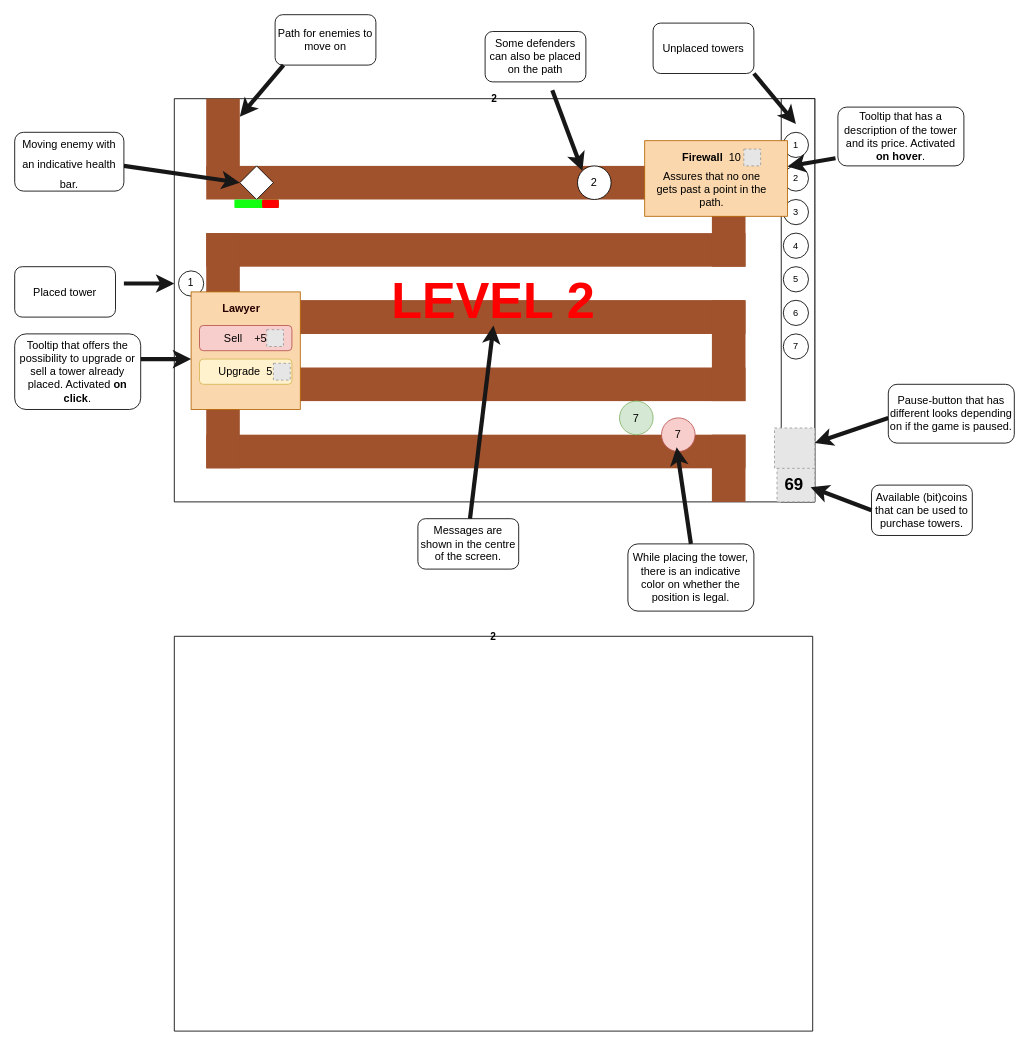
olliglorioso/datasets keeps this draw.io diagram as TowerDefenseGP.drawio. Above is the earlier version. Source tidied: cells renumbered, new cells numbered last; positions are measured from the earlier drawing's top-left corner, leaving out a move shared by most shapes. Both pictures are drawn from the tidied source at 84%, with x=0, y=0 at pixel (14, 14). Pictures stored in the file or linked from it are replaced by grey dashed boxes.
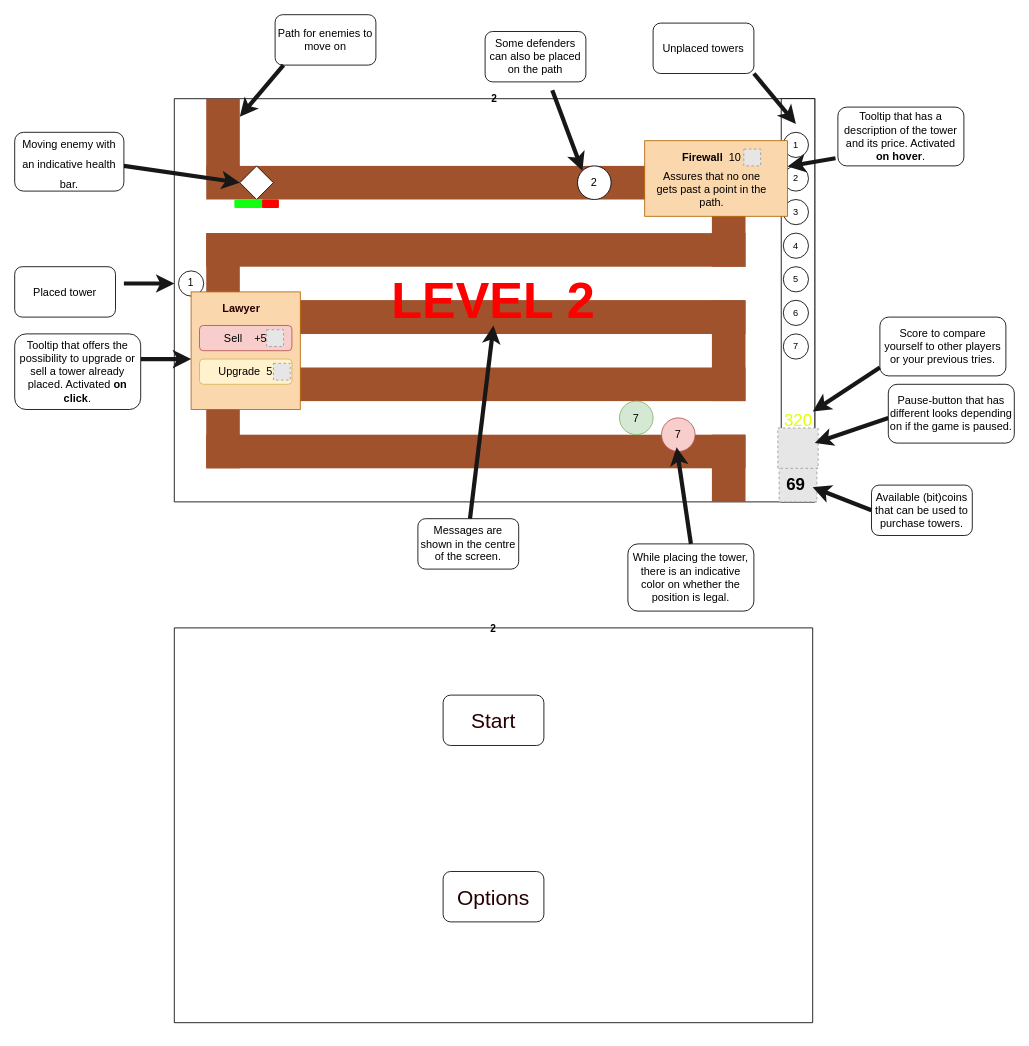
The same diagram, later.

Unchanged cells that the change refers to:
```xml
<mxCell id="2" value="2" style="swimlane;startSize=0;fillColor=#009900;strokeColor=#000000;" parent="1" vertex="1">
  <mxGeometry x="190" y="100" width="762.5" height="480" as="geometry" />
</mxCell>
```

What changed in the source:
```diff
@@
     <mxCell id="23" style="fillColor=#E6E6E6;strokeColor=#999999;dashed=1;verticalLabelPosition=bottom;labelBackgroundColor=default;verticalAlign=top;" parent="2" vertex="1">
-      <mxGeometry x="717.5" y="435" width="45" height="45" as="geometry" />
+      <mxGeometry x="720" y="435" width="45" height="45" as="geometry" />
     </mxCell>
     <mxCell id="24" value="&lt;font style=&quot;font-size: 20px;&quot;&gt;&lt;b style=&quot;font-size: 20px;&quot;&gt;69&lt;/b&gt;&lt;/font&gt;" style="text;strokeColor=none;align=center;fillColor=none;html=1;verticalAlign=middle;whiteSpace=wrap;rounded=0;fontSize=20;labelBackgroundColor=none;" parent="2" vertex="1">
-      <mxGeometry x="717.5" y="447.5" width="40" height="20" as="geometry" />
+      <mxGeometry x="720" y="447.5" width="40" height="20" as="geometry" />
     </mxCell>
@@
     <mxCell id="51" style="fillColor=#E6E6E6;strokeColor=#999999;dashed=1;html=1;verticalAlign=top;verticalLabelPosition=bottom;labelBackgroundColor=#ffffff;fontSize=13;fontColor=#260000;" parent="2" vertex="1">
-      <mxGeometry x="714.5" y="392" width="48" height="48" as="geometry" />
+      <mxGeometry x="718.5" y="392" width="48" height="48" as="geometry" />
     </mxCell>
@@
     <mxCell id="73" value="2" style="swimlane;startSize=0;fillColor=#009900;strokeColor=#000000;" parent="1" vertex="1">
-      <mxGeometry x="190" y="740" width="760" height="470" as="geometry" />
+      <mxGeometry x="190" y="730" width="760" height="470" as="geometry" />
     </mxCell>
+    <mxCell id="74" value="&lt;font style=&quot;font-size: 25px;&quot;&gt;Start&lt;/font&gt;" style="rounded=1;whiteSpace=wrap;html=1;labelBackgroundColor=none;strokeColor=default;fontSize=13;fontColor=#260000;fillColor=default;" parent="73" vertex="1">
+      <mxGeometry x="320" y="80" width="120" height="60" as="geometry" />
+    </mxCell>
+    <mxCell id="75" value="&lt;font style=&quot;font-size: 25px;&quot;&gt;Options&lt;/font&gt;" style="rounded=1;whiteSpace=wrap;html=1;labelBackgroundColor=none;strokeColor=default;fontSize=13;fontColor=#260000;fillColor=default;" parent="73" vertex="1">
+      <mxGeometry x="320" y="290" width="120" height="60" as="geometry" />
+    </mxCell>
+    <mxCell id="76" value="&lt;font style=&quot;font-size: 20px;&quot;&gt;320&lt;/font&gt;" style="text;strokeColor=none;align=center;fillColor=none;html=1;verticalAlign=middle;whiteSpace=wrap;rounded=0;fontSize=25;fontColor=#e1ff00;" parent="1" vertex="1">
+      <mxGeometry x="912.5" y="472.5" width="40" height="15" as="geometry" />
+    </mxCell>
+    <mxCell id="77" style="endArrow=classic;html=1;rounded=0;strokeColor=#171717;strokeWidth=5;fontSize=20;entryX=1;entryY=0.75;entryDx=0;entryDy=0;" parent="1" edge="1">
+      <mxGeometry relative="1" as="geometry">
+        <mxPoint x="1030" y="420" as="sourcePoint" />
+        <mxPoint x="950" y="472.5" as="targetPoint" />
+      </mxGeometry>
+    </mxCell>
+    <mxCell id="78" value="Score to compare yourself to other players or your previous tries." style="rounded=1;whiteSpace=wrap;html=1;fontSize=13;" parent="1" vertex="1">
+      <mxGeometry x="1030" y="360" width="150" height="70" as="geometry" />
+    </mxCell>
```
